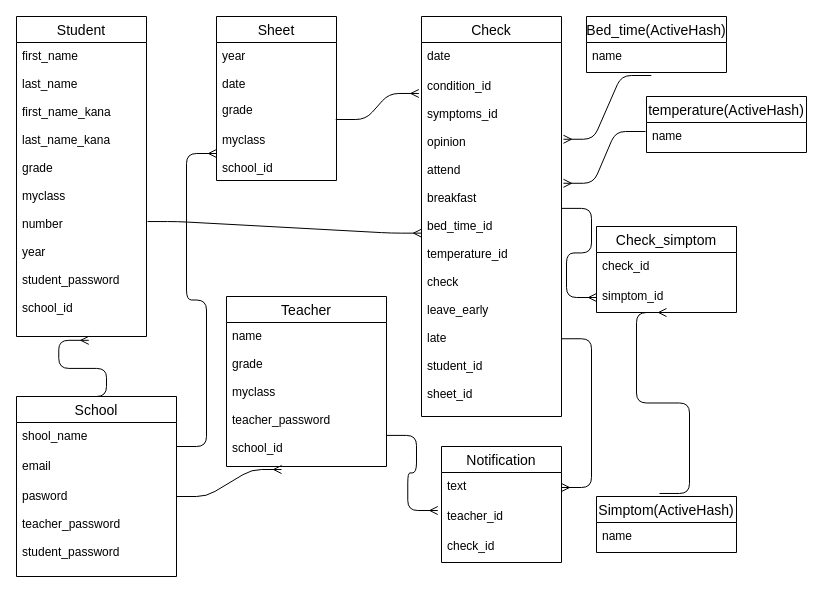
The draw.io diagram ER.dio in masataku/health_check, before the edit. Source tidied: cells renumbered, new cells numbered last; positions are measured from the earlier drawing's top-left corner, leaving out a move shared by most shapes. Both pictures are drawn from the tidied source at 100%, with x=0, y=0 at pixel (16, 16).
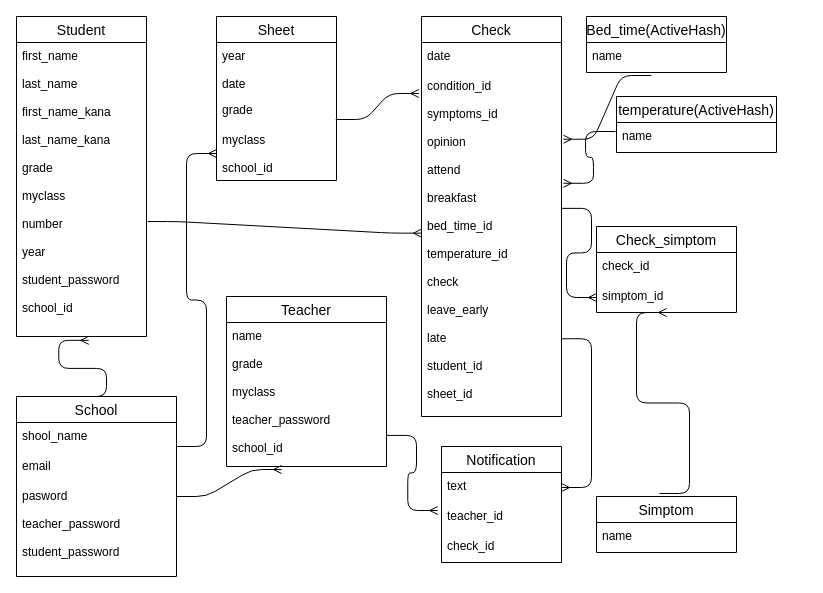
The same page after the edit.

Diff of the diagram source:
```diff
@@
-    <mxCell id="33" value="Simptom(ActiveHash)" style="swimlane;fontStyle=0;horizontal=1;startSize=26;align=center;fontSize=14;" parent="1" vertex="1">
+    <mxCell id="33" value="Simptom" style="swimlane;fontStyle=0;horizontal=1;startSize=26;align=center;fontSize=14;" parent="1" vertex="1">
       <mxGeometry x="580" y="480" width="140" height="56" as="geometry" />
     </mxCell>
@@
     <mxCell id="38" value="temperature(ActiveHash)" style="swimlane;fontStyle=0;horizontal=1;startSize=26;align=center;fontSize=14;" parent="1" vertex="1">
-      <mxGeometry x="630" y="80" width="160" height="56" as="geometry" />
+      <mxGeometry x="600" y="80" width="160" height="56" as="geometry" />
     </mxCell>
```
